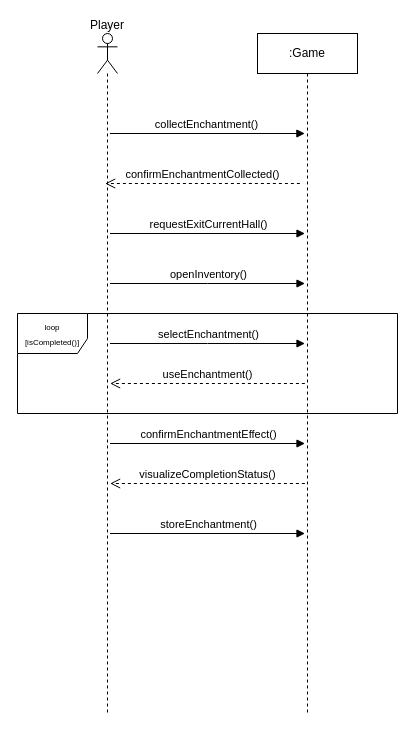
Earlier version of the draw.io diagram System Sequence Diagrams (SSD)/Collect_Use_Enchanment.drawio (zeynepyorulmaz/Rogue-Like). Source tidied: cells renumbered, new cells numbered last; positions are measured from the earlier drawing's top-left corner, leaving out a move shared by most shapes. Both pictures are drawn from the tidied source at 100%, with x=0, y=0 at pixel (17, 33).
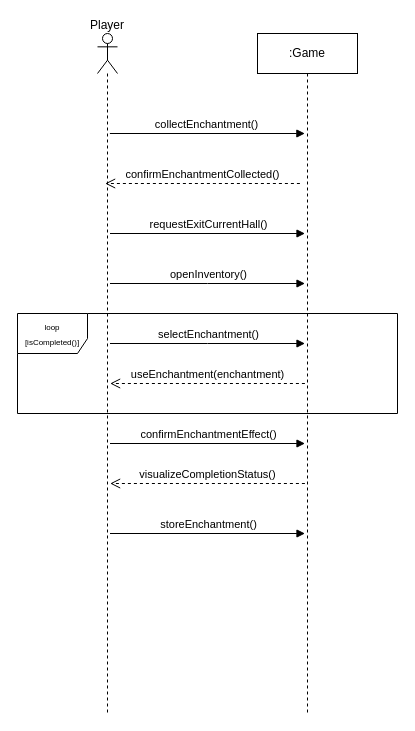
The same page after the edit.

The edit, as a diff of the source:
```diff
@@
-    <mxCell id="11" value="useEnchantment()" style="html=1;verticalAlign=bottom;endArrow=open;dashed=1;endSize=8;curved=0;rounded=0;" parent="1" edge="1">
+    <mxCell id="11" value="useEnchantment(enchantment)" style="html=1;verticalAlign=bottom;endArrow=open;dashed=1;endSize=8;curved=0;rounded=0;" parent="1" edge="1">
       <mxGeometry relative="1" as="geometry">
         <mxPoint x="287.4" y="350" as="sourcePoint" />
         <mxPoint x="92.6" y="350" as="targetPoint" />
         <Array as="points">
           <mxPoint x="202.4" y="350" />
         </Array>
       </mxGeometry>
     </mxCell>
```
